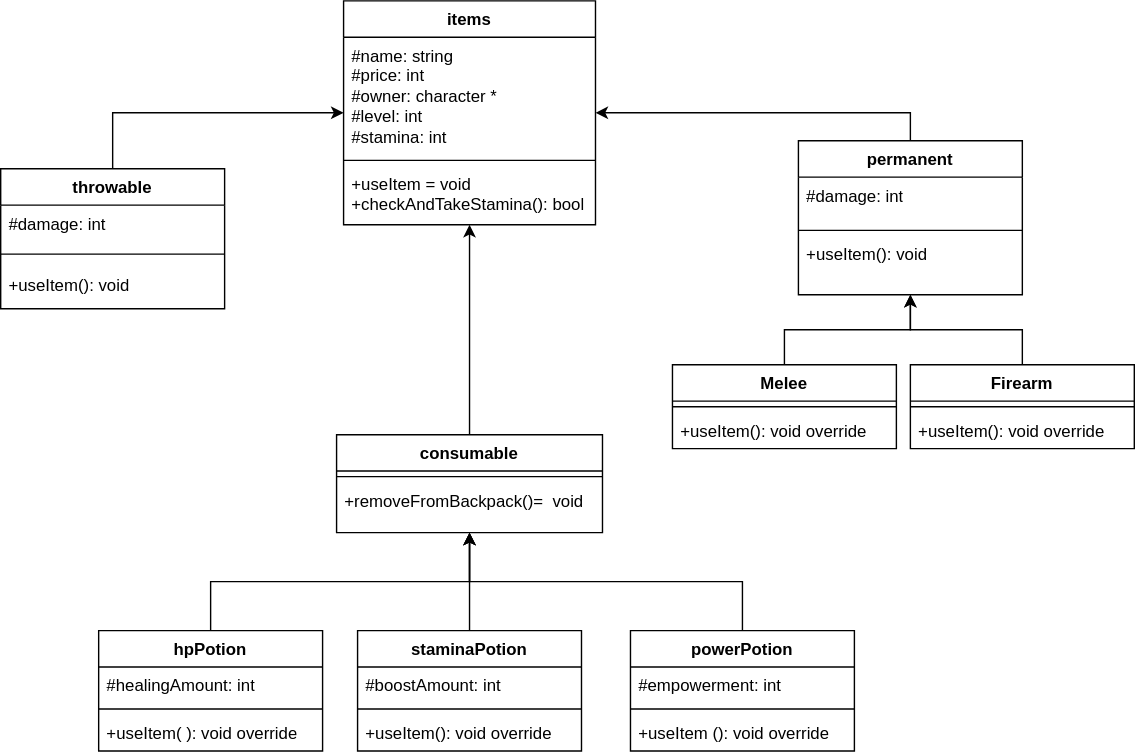
Before: Umls/items uml.svg, a diagram exported from draw.io (amir-samiee/iustz). Source tidied: cells renumbered, new cells last; positions are measured from the earlier drawing's top-left corner, leaving out a move shared by most shapes.
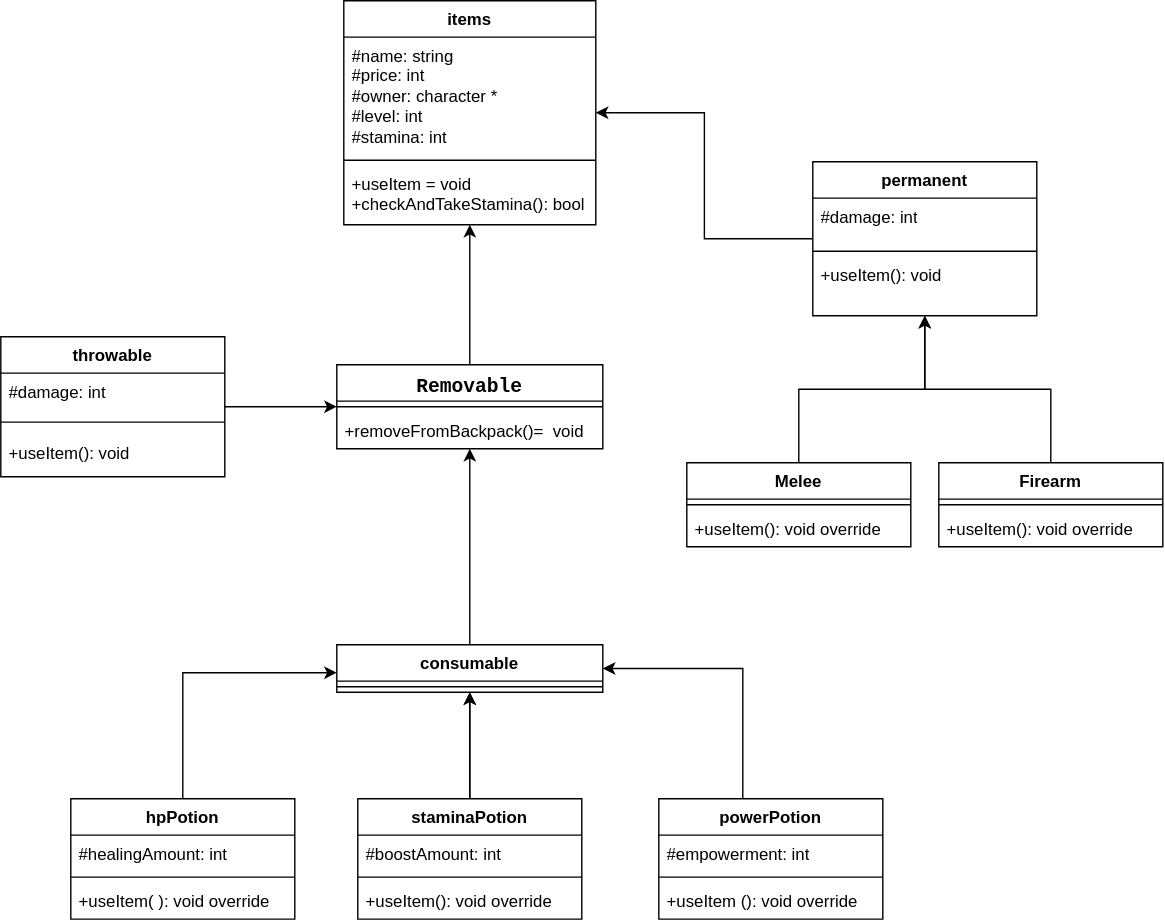
The same file after the commit.

Commit message:
add Removable class

The edit, as a diff of the source:
```diff
@@ -3,7 +3,7 @@
     <mxCell id="0" />
     <mxCell id="1" parent="0" />
     <mxCell id="2" value="items" style="swimlane;fontStyle=1;align=center;verticalAlign=top;horizontal=1;startSize=26;whiteSpace=wrap;html=1;" parent="1" vertex="1">
-      <mxGeometry x="245" width="180" height="160" as="geometry" />
+      <mxGeometry x="225" y="-150" width="180" height="160" as="geometry" />
     </mxCell>
     <mxCell id="3" value="#name: string&lt;div&gt;#price: int&amp;nbsp;&lt;/div&gt;&lt;div&gt;#owner: character *&lt;/div&gt;&lt;div&gt;#level: int&amp;nbsp;&lt;/div&gt;&lt;div&gt;#stamina: int&lt;/div&gt;&lt;div&gt;&lt;br&gt;&lt;br&gt;&lt;/div&gt;" style="text;strokeColor=none;fillColor=none;align=left;verticalAlign=top;spacingLeft=4;spacingRight=4;overflow=hidden;whiteSpace=wrap;html=1;" parent="2" vertex="1">
       <mxGeometry y="26" width="180" height="84" as="geometry" />
@@ -14,11 +14,11 @@
     <mxCell id="5" value="+useItem = void&lt;div&gt;+checkAndTakeStamina(): bool&lt;/div&gt;" style="text;strokeColor=none;fillColor=none;align=left;verticalAlign=top;spacingLeft=4;spacingRight=4;overflow=hidden;whiteSpace=wrap;html=1;" parent="2" vertex="1">
       <mxGeometry y="118" width="180" height="42" as="geometry" />
     </mxCell>
-    <mxCell id="6" style="edgeStyle=orthogonalEdgeStyle;rounded=0;jettySize=auto;html=1;exitX=0.5;exitY=0;exitDx=0;exitDy=0;" parent="1" edge="1" source="7" target="2">
-      <mxGeometry relative="1" as="geometry" />
-    </mxCell>
+    <mxCell id="43" style="edgeStyle=orthogonalEdgeStyle;rounded=0;jettySize=auto;html=1;" parent="1" edge="1" source="7" target="47">
+      <mxGeometry relative="1" as="geometry" />
+    </mxCell>
     <mxCell id="7" value="throwable" style="swimlane;fontStyle=1;align=center;verticalAlign=top;horizontal=1;startSize=26;whiteSpace=wrap;html=1;" parent="1" vertex="1">
-      <mxGeometry y="120" width="160" height="100" as="geometry" />
+      <mxGeometry x="-20" y="90" width="160" height="100" as="geometry" />
     </mxCell>
     <mxCell id="8" value="#damage: int&amp;nbsp;" style="text;strokeColor=none;fillColor=none;align=left;verticalAlign=top;spacingLeft=4;spacingRight=4;overflow=hidden;whiteSpace=wrap;html=1;" parent="7" vertex="1">
       <mxGeometry y="26" width="160" height="26" as="geometry" />
@@ -29,23 +29,20 @@
     <mxCell id="10" value="+useItem(): void" style="text;strokeColor=none;fillColor=none;align=left;verticalAlign=top;spacingLeft=4;spacingRight=4;overflow=hidden;whiteSpace=wrap;html=1;" parent="7" vertex="1">
       <mxGeometry y="70" width="160" height="30" as="geometry" />
     </mxCell>
-    <mxCell id="11" style="edgeStyle=orthogonalEdgeStyle;rounded=0;jettySize=auto;html=1;exitX=0.5;exitY=0;exitDx=0;exitDy=0;" parent="1" edge="1" source="12" target="2">
-      <mxGeometry relative="1" as="geometry" />
-    </mxCell>
+    <mxCell id="44" style="edgeStyle=orthogonalEdgeStyle;rounded=0;jettySize=auto;html=1;" parent="1" edge="1" source="12" target="47">
+      <mxGeometry relative="1" as="geometry" />
+    </mxCell>
     <mxCell id="12" value="consumable" style="swimlane;fontStyle=1;align=center;verticalAlign=top;horizontal=1;startSize=26;whiteSpace=wrap;html=1;" parent="1" vertex="1">
-      <mxGeometry x="240" y="310" width="190" height="70" as="geometry" />
+      <mxGeometry x="220" y="310" width="190" height="34" as="geometry" />
     </mxCell>
     <mxCell id="13" style="line;strokeWidth=1;fillColor=none;align=left;verticalAlign=middle;spacingTop=-1;spacingLeft=3;spacingRight=3;labelPosition=right;strokeColor=inherit;" parent="12" vertex="1">
       <mxGeometry y="26" width="190" height="8" as="geometry" />
     </mxCell>
-    <mxCell id="14" value="+removeFromBackpack()=&amp;nbsp; void" style="text;strokeColor=none;fillColor=none;align=left;verticalAlign=top;spacingLeft=4;spacingRight=4;overflow=hidden;whiteSpace=wrap;html=1;" parent="12" vertex="1">
-      <mxGeometry y="34" width="190" height="36" as="geometry" />
-    </mxCell>
-    <mxCell id="15" style="edgeStyle=orthogonalEdgeStyle;rounded=0;jettySize=auto;html=1;exitX=0.5;exitY=0;exitDx=0;exitDy=0;" parent="1" edge="1" source="16" target="2">
+    <mxCell id="15" style="edgeStyle=orthogonalEdgeStyle;rounded=0;jettySize=auto;html=1;" parent="1" edge="1" source="16" target="2">
       <mxGeometry relative="1" as="geometry" />
     </mxCell>
     <mxCell id="16" value="permanent" style="swimlane;fontStyle=1;align=center;verticalAlign=top;horizontal=1;startSize=26;whiteSpace=wrap;html=1;" parent="1" vertex="1">
-      <mxGeometry x="570" y="100" width="160" height="110" as="geometry" />
+      <mxGeometry x="560" y="-35" width="160" height="110" as="geometry" />
     </mxCell>
     <mxCell id="17" value="#damage: int" style="text;strokeColor=none;fillColor=none;align=left;verticalAlign=top;spacingLeft=4;spacingRight=4;overflow=hidden;whiteSpace=wrap;html=1;" parent="16" vertex="1">
       <mxGeometry y="26" width="160" height="34" as="geometry" />
@@ -56,11 +53,15 @@
     <mxCell id="19" value="+useItem(): void" style="text;strokeColor=none;fillColor=none;align=left;verticalAlign=top;spacingLeft=4;spacingRight=4;overflow=hidden;whiteSpace=wrap;html=1;" parent="16" vertex="1">
       <mxGeometry y="68" width="160" height="42" as="geometry" />
     </mxCell>
-    <mxCell id="20" style="edgeStyle=orthogonalEdgeStyle;rounded=0;jettySize=auto;html=1;exitX=0.5;exitY=0;exitDx=0;exitDy=0;" parent="1" edge="1" source="21" target="12">
-      <mxGeometry relative="1" as="geometry" />
+    <mxCell id="20" style="edgeStyle=orthogonalEdgeStyle;rounded=0;jettySize=auto;html=1;" parent="1" edge="1" source="21" target="12">
+      <mxGeometry relative="1" as="geometry">
+        <Array as="points">
+          <mxPoint x="110" y="330" />
+        </Array>
+      </mxGeometry>
     </mxCell>
     <mxCell id="21" value="hpPotion" style="swimlane;fontStyle=1;align=center;verticalAlign=top;horizontal=1;startSize=26;whiteSpace=wrap;html=1;" parent="1" vertex="1">
-      <mxGeometry x="70" y="450" width="160" height="86" as="geometry" />
+      <mxGeometry x="30" y="420" width="160" height="86" as="geometry" />
     </mxCell>
     <mxCell id="22" value="#healingAmount: int" style="text;strokeColor=none;fillColor=none;align=left;verticalAlign=top;spacingLeft=4;spacingRight=4;overflow=hidden;whiteSpace=wrap;html=1;" parent="21" vertex="1">
       <mxGeometry y="26" width="160" height="26" as="geometry" />
@@ -74,23 +75,18 @@
     <mxCell id="25" style="edgeStyle=orthogonalEdgeStyle;rounded=0;jettySize=auto;html=1;exitX=0.5;exitY=0;exitDx=0;exitDy=0;" parent="1" edge="1" source="26" target="12">
       <mxGeometry relative="1" as="geometry" />
     </mxCell>
-    <mxCell id="26" value="staminaPotion" style="swimlane;fontStyle=1;align=center;verticalAlign=top;horizontal=1;startSize=26;whiteSpace=wrap;html=1;" parent="1" vertex="1">
-      <mxGeometry x="255" y="450" width="160" height="86" as="geometry" />
-    </mxCell>
-    <mxCell id="27" value="#boostAmount: int" style="text;strokeColor=none;fillColor=none;align=left;verticalAlign=top;spacingLeft=4;spacingRight=4;overflow=hidden;whiteSpace=wrap;html=1;" parent="26" vertex="1">
-      <mxGeometry y="26" width="160" height="26" as="geometry" />
-    </mxCell>
-    <mxCell id="28" style="line;strokeWidth=1;fillColor=none;align=left;verticalAlign=middle;spacingTop=-1;spacingLeft=3;spacingRight=3;labelPosition=right;strokeColor=inherit;" parent="26" vertex="1">
-      <mxGeometry y="52" width="160" height="8" as="geometry" />
-    </mxCell>
-    <mxCell id="29" value="+useItem(): void override" style="text;strokeColor=none;fillColor=none;align=left;verticalAlign=top;spacingLeft=4;spacingRight=4;overflow=hidden;whiteSpace=wrap;html=1;" parent="26" vertex="1">
-      <mxGeometry y="60" width="160" height="26" as="geometry" />
-    </mxCell>
-    <mxCell id="30" style="edgeStyle=orthogonalEdgeStyle;rounded=0;jettySize=auto;html=1;exitX=0.5;exitY=0;exitDx=0;exitDy=0;" parent="1" edge="1" source="31" target="12">
+    <mxCell id="30" style="edgeStyle=orthogonalEdgeStyle;rounded=0;jettySize=auto;html=1;exitX=0.5;exitY=0;exitDx=0;exitDy=0;" parent="1" edge="1" source="26" target="12">
       <mxGeometry relative="1" as="geometry" />
     </mxCell>
+    <mxCell id="45" style="edgeStyle=orthogonalEdgeStyle;rounded=0;jettySize=auto;html=1;" parent="1" edge="1" source="31" target="12">
+      <mxGeometry relative="1" as="geometry">
+        <Array as="points">
+          <mxPoint x="510" y="327" />
+        </Array>
+      </mxGeometry>
+    </mxCell>
     <mxCell id="31" value="powerPotion" style="swimlane;fontStyle=1;align=center;verticalAlign=top;horizontal=1;startSize=26;whiteSpace=wrap;html=1;" parent="1" vertex="1">
-      <mxGeometry x="450" y="450" width="160" height="86" as="geometry" />
+      <mxGeometry x="450" y="420" width="160" height="86" as="geometry" />
     </mxCell>
     <mxCell id="32" value="#empowerment: int" style="text;strokeColor=none;fillColor=none;align=left;verticalAlign=top;spacingLeft=4;spacingRight=4;overflow=hidden;whiteSpace=wrap;html=1;" parent="31" vertex="1">
       <mxGeometry y="26" width="160" height="26" as="geometry" />
@@ -105,7 +101,7 @@
       <mxGeometry relative="1" as="geometry" />
     </mxCell>
     <mxCell id="36" value="Melee" style="swimlane;fontStyle=1;align=center;verticalAlign=top;horizontal=1;startSize=26;whiteSpace=wrap;html=1;" parent="1" vertex="1">
-      <mxGeometry x="480" y="260" width="160" height="60" as="geometry" />
+      <mxGeometry x="470" y="180" width="160" height="60" as="geometry" />
     </mxCell>
     <mxCell id="37" style="line;strokeWidth=1;fillColor=none;align=left;verticalAlign=middle;spacingTop=-1;spacingLeft=3;spacingRight=3;labelPosition=right;strokeColor=inherit;" parent="36" vertex="1">
       <mxGeometry y="26" width="160" height="8" as="geometry" />
@@ -117,7 +113,7 @@
       <mxGeometry relative="1" as="geometry" />
     </mxCell>
     <mxCell id="40" value="Firearm" style="swimlane;fontStyle=1;align=center;verticalAlign=top;horizontal=1;startSize=26;whiteSpace=wrap;html=1;" parent="1" vertex="1">
-      <mxGeometry x="650" y="260" width="160" height="60" as="geometry" />
+      <mxGeometry x="650" y="180" width="160" height="60" as="geometry" />
     </mxCell>
     <mxCell id="41" style="line;strokeWidth=1;fillColor=none;align=left;verticalAlign=middle;spacingTop=-1;spacingLeft=3;spacingRight=3;labelPosition=right;strokeColor=inherit;" parent="40" vertex="1">
       <mxGeometry y="26" width="160" height="8" as="geometry" />
@@ -125,5 +121,29 @@
     <mxCell id="42" value="+useItem(): void override" style="text;strokeColor=none;fillColor=none;align=left;verticalAlign=top;spacingLeft=4;spacingRight=4;overflow=hidden;whiteSpace=wrap;html=1;" parent="40" vertex="1">
       <mxGeometry y="34" width="160" height="26" as="geometry" />
     </mxCell>
+    <mxCell id="46" style="edgeStyle=orthogonalEdgeStyle;rounded=0;jettySize=auto;html=1;" parent="1" edge="1" source="47" target="2">
+      <mxGeometry relative="1" as="geometry" />
+    </mxCell>
+    <mxCell id="47" value="&lt;div style=&quot;font-family: Consolas, &amp;quot;Courier New&amp;quot;, monospace; font-size: 14px; line-height: 19px; white-space: pre;&quot;&gt;&lt;span style=&quot;background-color: rgb(255, 255, 255);&quot;&gt;Removable&lt;/span&gt;&lt;/div&gt;" style="swimlane;fontStyle=1;align=center;verticalAlign=top;horizontal=1;startSize=26;whiteSpace=wrap;html=1;" parent="1" vertex="1">
+      <mxGeometry x="220" y="110" width="190" height="60" as="geometry" />
+    </mxCell>
+    <mxCell id="48" style="line;strokeWidth=1;fillColor=none;align=left;verticalAlign=middle;spacingTop=-1;spacingLeft=3;spacingRight=3;labelPosition=right;strokeColor=inherit;" parent="47" vertex="1">
+      <mxGeometry y="26" width="190" height="8" as="geometry" />
+    </mxCell>
+    <mxCell id="14" value="+removeFromBackpack()=&amp;nbsp; void" style="text;strokeColor=none;fillColor=none;align=left;verticalAlign=top;spacingLeft=4;spacingRight=4;overflow=hidden;whiteSpace=wrap;html=1;" parent="47" vertex="1">
+      <mxGeometry y="34" width="190" height="26" as="geometry" />
+    </mxCell>
+    <mxCell id="26" value="staminaPotion" style="swimlane;fontStyle=1;align=center;verticalAlign=top;horizontal=1;startSize=26;whiteSpace=wrap;html=1;" parent="1" vertex="1">
+      <mxGeometry x="235" y="420" width="160" height="86" as="geometry" />
+    </mxCell>
+    <mxCell id="27" value="#boostAmount: int" style="text;strokeColor=none;fillColor=none;align=left;verticalAlign=top;spacingLeft=4;spacingRight=4;overflow=hidden;whiteSpace=wrap;html=1;" parent="26" vertex="1">
+      <mxGeometry y="26" width="160" height="26" as="geometry" />
+    </mxCell>
+    <mxCell id="28" style="line;strokeWidth=1;fillColor=none;align=left;verticalAlign=middle;spacingTop=-1;spacingLeft=3;spacingRight=3;labelPosition=right;strokeColor=inherit;" parent="26" vertex="1">
+      <mxGeometry y="52" width="160" height="8" as="geometry" />
+    </mxCell>
+    <mxCell id="29" value="+useItem(): void override" style="text;strokeColor=none;fillColor=none;align=left;verticalAlign=top;spacingLeft=4;spacingRight=4;overflow=hidden;whiteSpace=wrap;html=1;" parent="26" vertex="1">
+      <mxGeometry y="60" width="160" height="26" as="geometry" />
+    </mxCell>
   </root>
 </mxGraphModel>
```
